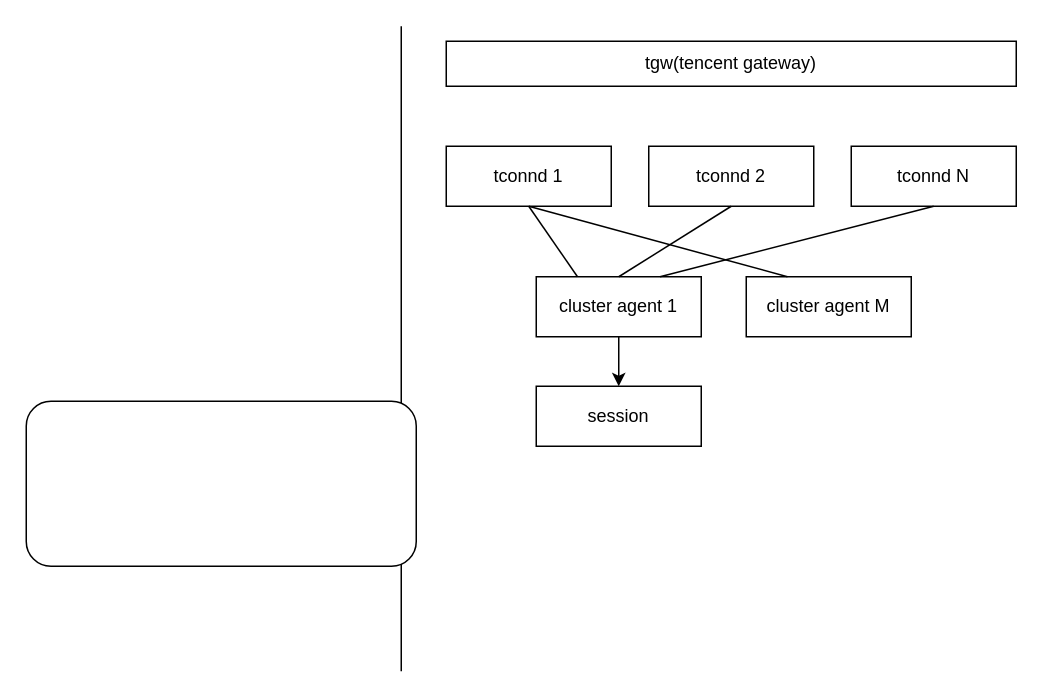
This is civ_server_architecture.drawio from foxfei83/draw, a draw.io file, before an edit. Source tidied: cells renumbered, new cells numbered last; positions are measured from the earlier drawing's top-left corner, leaving out a move shared by most shapes. Both pictures are drawn from the tidied source at 150%, with x=0, y=0 at pixel (26, 26).
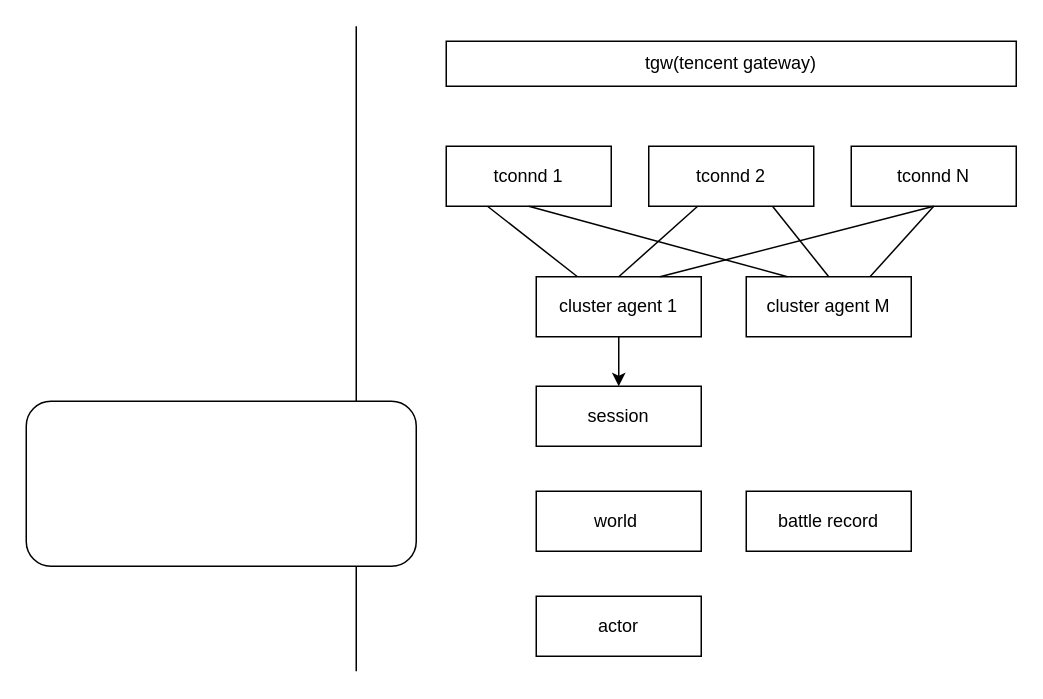
The same diagram, later.

Unchanged cells that the change refers to:
```xml
<mxCell id="4" value="tconnd 1" style="rounded=0;whiteSpace=wrap;html=1;" parent="1" vertex="1">
  <mxGeometry x="280" y="80" width="110" height="40" as="geometry" />
</mxCell>
<mxCell id="5" value="tconnd 2" style="rounded=0;whiteSpace=wrap;html=1;" parent="1" vertex="1">
  <mxGeometry x="415" y="80" width="110" height="40" as="geometry" />
</mxCell>
<mxCell id="6" value="tconnd N" style="rounded=0;whiteSpace=wrap;html=1;" parent="1" vertex="1">
  <mxGeometry x="550" y="80" width="110" height="40" as="geometry" />
</mxCell>
<mxCell id="9" value="cluster agent 1" style="rounded=0;whiteSpace=wrap;html=1;" parent="1" vertex="1">
  <mxGeometry x="340" y="167" width="110" height="40" as="geometry" />
</mxCell>
<mxCell id="10" value="cluster agent M" style="rounded=0;whiteSpace=wrap;html=1;" parent="1" vertex="1">
  <mxGeometry x="480" y="167" width="110" height="40" as="geometry" />
</mxCell>
```

What changed in the source:
```diff
@@
     <mxCell id="2" style="endArrow=none;html=1;rounded=0;" parent="1" edge="1">
       <mxGeometry relative="1" as="geometry">
-        <mxPoint x="250" y="430" as="sourcePoint" />
-        <mxPoint x="250" as="targetPoint" />
+        <mxPoint x="220" y="430" as="sourcePoint" />
+        <mxPoint x="220" as="targetPoint" />
       </mxGeometry>
     </mxCell>
@@
-    <mxCell id="12" style="endArrow=none;html=1;rounded=0;entryX=0.5;entryY=1;entryDx=0;entryDy=0;exitX=0.25;exitY=0;exitDx=0;exitDy=0;" parent="1" edge="1" source="9" target="4">
+    <mxCell id="12" style="endArrow=none;html=1;rounded=0;entryX=0.25;entryY=1;entryDx=0;entryDy=0;exitX=0.25;exitY=0;exitDx=0;exitDy=0;" parent="1" edge="1" source="9" target="4">
       <mxGeometry relative="1" as="geometry" />
     </mxCell>
-    <mxCell id="13" style="endArrow=none;html=1;rounded=0;entryX=0.5;entryY=1;entryDx=0;entryDy=0;exitX=0.5;exitY=0;exitDx=0;exitDy=0;" parent="1" edge="1" source="9" target="5">
+    <mxCell id="13" style="endArrow=none;html=1;rounded=0;exitX=0.5;exitY=0;exitDx=0;exitDy=0;" parent="1" edge="1" source="9" target="5">
       <mxGeometry relative="1" as="geometry" />
     </mxCell>
@@
+    <mxCell id="16" style="endArrow=none;html=1;rounded=0;exitX=0.5;exitY=0;exitDx=0;exitDy=0;entryX=0.75;entryY=1;entryDx=0;entryDy=0;" parent="1" edge="1" source="10" target="5">
+      <mxGeometry relative="1" as="geometry" />
+    </mxCell>
+    <mxCell id="17" style="endArrow=none;html=1;rounded=0;exitX=0.75;exitY=0;exitDx=0;exitDy=0;entryX=0.5;entryY=1;entryDx=0;entryDy=0;" parent="1" edge="1" source="10" target="6">
+      <mxGeometry relative="1" as="geometry" />
+    </mxCell>
+    <mxCell id="18" value="world&amp;nbsp;" style="rounded=0;whiteSpace=wrap;html=1;" parent="1" vertex="1">
+      <mxGeometry x="340" y="310" width="110" height="40" as="geometry" />
+    </mxCell>
+    <mxCell id="19" value="actor" style="rounded=0;whiteSpace=wrap;html=1;" parent="1" vertex="1">
+      <mxGeometry x="340" y="380" width="110" height="40" as="geometry" />
+    </mxCell>
+    <mxCell id="20" value="battle record" style="rounded=0;whiteSpace=wrap;html=1;" parent="1" vertex="1">
+      <mxGeometry x="480" y="310" width="110" height="40" as="geometry" />
+    </mxCell>
```
